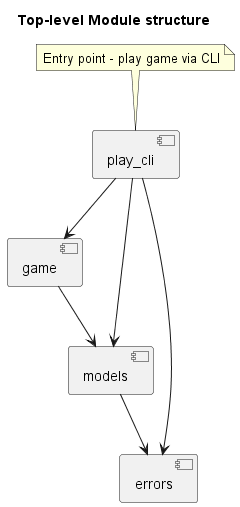
This is docs/modules.png from Samour/wordle, a PlantUML export, as it was before one commit.
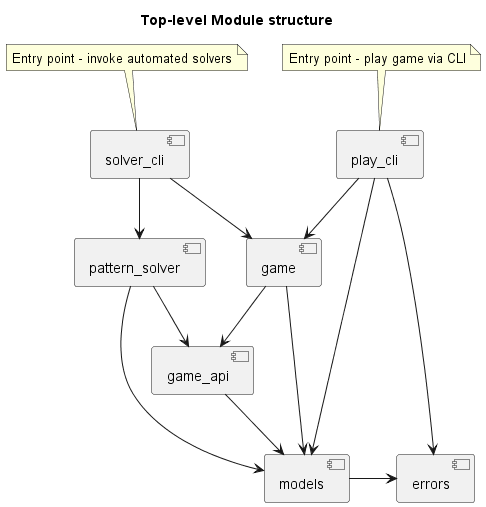
Later version of the same file.

Change to the diagram source:
```diff
@@ -4,16 +4,29 @@
 
 
 
-[play_cli]
+[play_cli] --> [game]
 note top of play_cli
     Entry point - play game via CLI
 end note
 
-[play_cli] --> [game]
 [play_cli] --> [models]
 [play_cli] --> [errors]
 
+[solver_cli] --> [pattern_solver]
+note top of solver_cli
+    Entry point - invoke automated solvers
+end note
+
+[solver_cli] --> [game]
+
+[pattern_solver] --> [models]
+[pattern_solver] --> [game_api]
+
 [game] --> [models]
-[models] --> [errors]
+[game] --> [game_api]
+
+[game_api] --> [models]
+
+[models] -> [errors]
 
 @enduml
```
